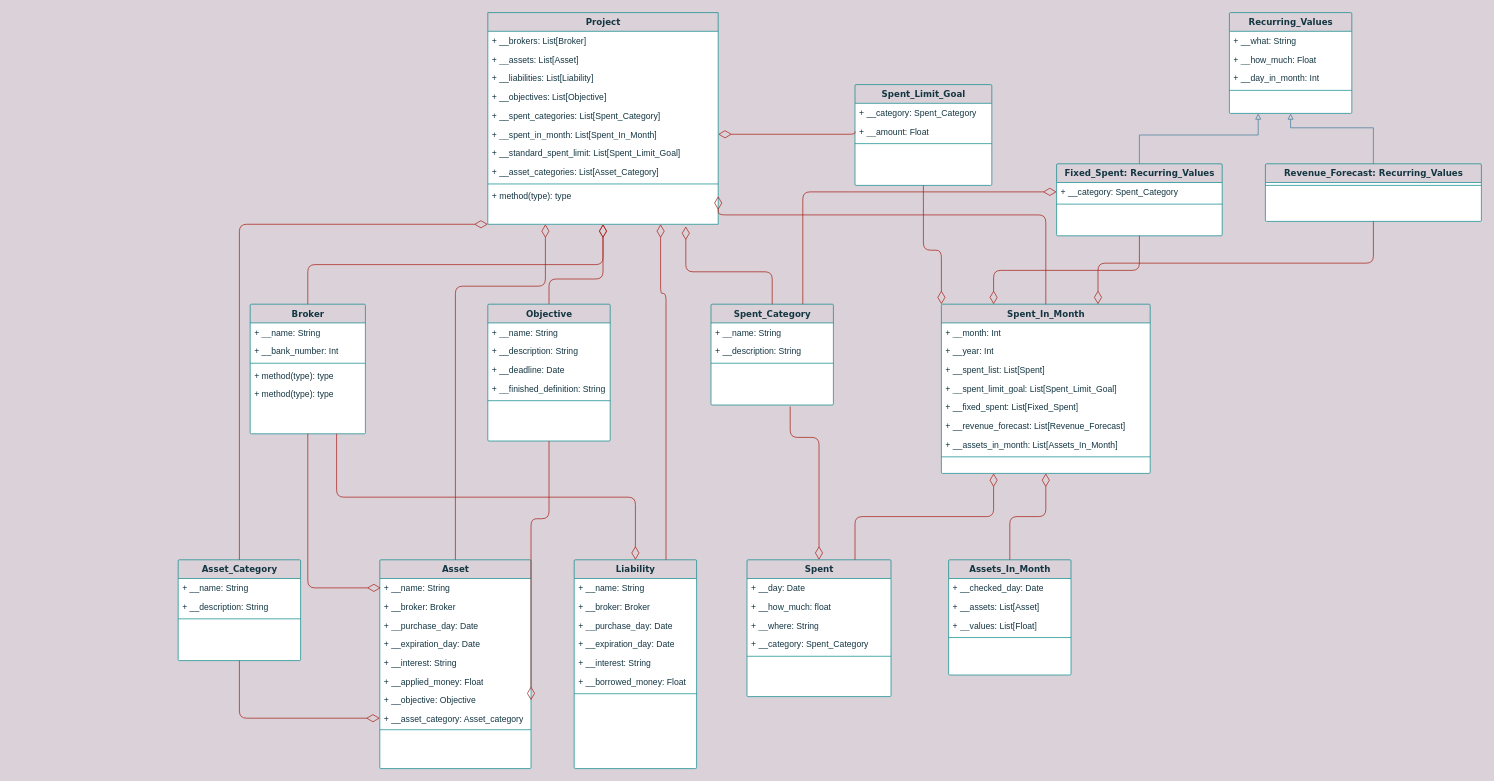
Above: Class Diagram.drawio in gusttav-lang/Financial-Controller (draw.io), before the change. Source tidied: cells renumbered, new cells numbered last; positions are measured from the earlier drawing's top-left corner, leaving out a move shared by most shapes. Both pictures are drawn from the tidied source at 72%, with x=0, y=0 at pixel (178, 12).
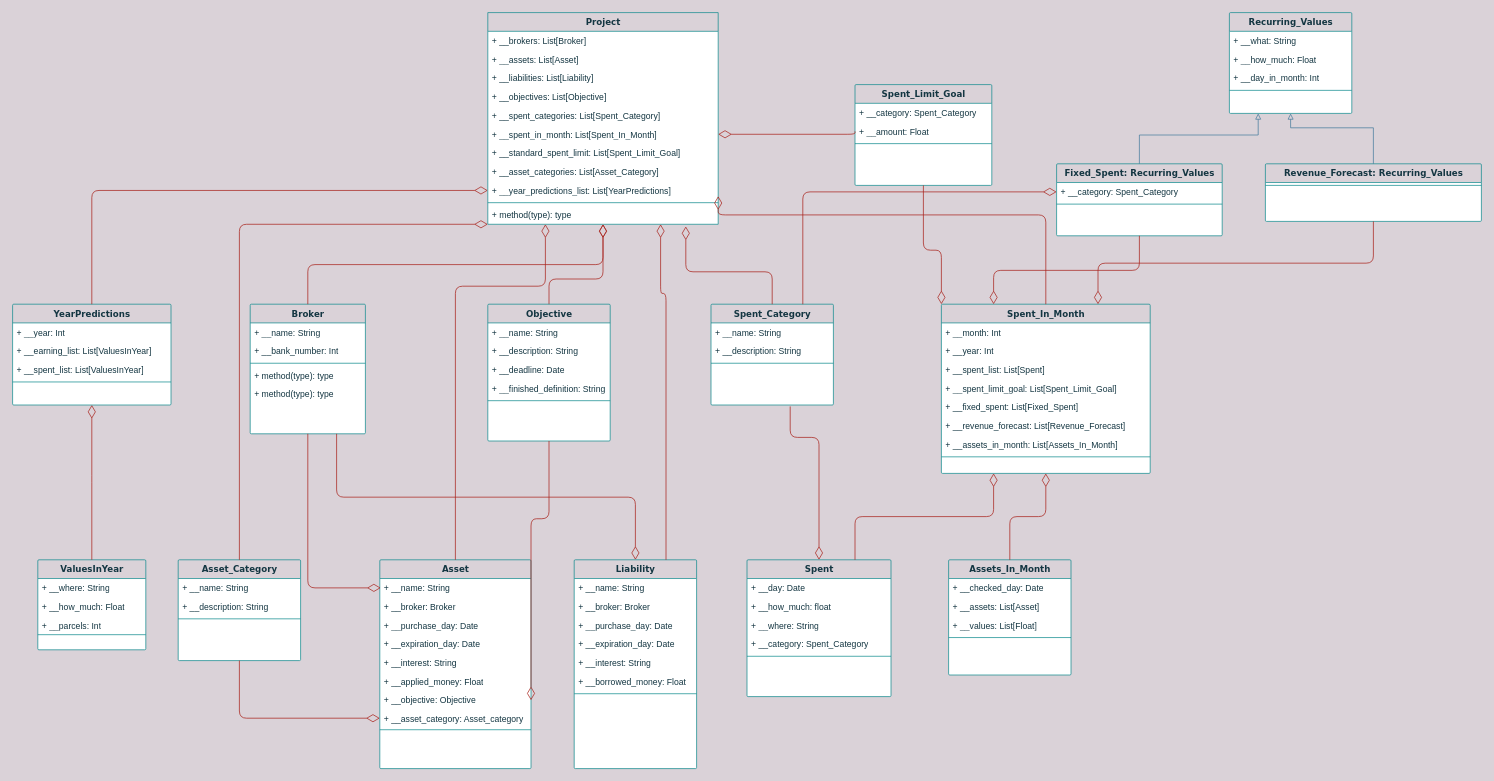
Above is the later version.

Unchanged cells that the change refers to:
```xml
<mxCell id="8" value="Project" style="swimlane;html=1;fontStyle=1;align=center;verticalAlign=top;horizontal=1;startSize=26;swimlaneFillColor=#ffffff;shadow=0;comic=0;labelBackgroundColor=none;strokeWidth=1;fillColor=none;fontFamily=Verdana;fontSize=12;strokeColor=#0F8B8D;fontColor=#143642;rounded=0;" parent="1" vertex="1">
  <mxGeometry x="430" width="320" height="294" as="geometry" />
</mxCell>
```

What changed in the source:
```diff
@@
+    <mxCell id="106" value="+ __year_predictions_list: List[YearPredictions]" style="text;html=1;strokeColor=none;fillColor=none;align=left;verticalAlign=top;spacingLeft=4;spacingRight=4;whiteSpace=wrap;overflow=hidden;points=[[0,0.5],[1,0.5]];portConstraint=eastwest;fontColor=#143642;rounded=1;" parent="8" vertex="1">
+      <mxGeometry y="234" width="320" height="26" as="geometry" />
+    </mxCell>
     <mxCell id="17" style="line;html=1;strokeWidth=1;fillColor=none;align=left;verticalAlign=middle;spacingTop=-1;spacingLeft=3;spacingRight=3;labelPosition=right;labelBackgroundColor=#DAD2D8;strokeColor=#0F8B8D;fontColor=#143642;rounded=1;" parent="8" vertex="1">
-      <mxGeometry y="234" width="320" height="8" as="geometry" />
+      <mxGeometry y="260" width="320" height="8" as="geometry" />
     </mxCell>
     <mxCell id="18" value="+ method(type): type" style="text;html=1;strokeColor=none;fillColor=none;align=left;verticalAlign=top;spacingLeft=4;spacingRight=4;whiteSpace=wrap;overflow=hidden;fontColor=#143642;rounded=1;" parent="8" vertex="1">
-      <mxGeometry y="242" width="320" height="26" as="geometry" />
+      <mxGeometry y="268" width="320" height="26" as="geometry" />
     </mxCell>
@@
+    <mxCell id="107" value="ValuesInYear" style="swimlane;html=1;fontStyle=1;align=center;verticalAlign=top;horizontal=1;startSize=26;swimlaneFillColor=#ffffff;shadow=0;comic=0;labelBackgroundColor=none;strokeWidth=1;fillColor=none;fontFamily=Verdana;fontSize=12;strokeColor=#0F8B8D;fontColor=#143642;rounded=1;arcSize=2;" parent="1" vertex="1">
+      <mxGeometry x="-195" y="760" width="150" height="125" as="geometry" />
+    </mxCell>
+    <mxCell id="108" value="+ __where: String" style="text;html=1;strokeColor=none;fillColor=none;align=left;verticalAlign=top;spacingLeft=4;spacingRight=4;whiteSpace=wrap;overflow=hidden;fontColor=#143642;rounded=1;" parent="107" vertex="1">
+      <mxGeometry y="26" width="150" height="26" as="geometry" />
+    </mxCell>
+    <mxCell id="109" value="+ __how_much: Float" style="text;html=1;strokeColor=none;fillColor=none;align=left;verticalAlign=top;spacingLeft=4;spacingRight=4;whiteSpace=wrap;overflow=hidden;fontColor=#143642;rounded=1;" parent="107" vertex="1">
+      <mxGeometry y="52" width="150" height="26" as="geometry" />
+    </mxCell>
+    <mxCell id="110" value="+ __parcels: Int" style="text;html=1;strokeColor=none;fillColor=none;align=left;verticalAlign=top;spacingLeft=4;spacingRight=4;whiteSpace=wrap;overflow=hidden;fontColor=#143642;rounded=1;" parent="107" vertex="1">
+      <mxGeometry y="78" width="150" height="22" as="geometry" />
+    </mxCell>
+    <mxCell id="111" style="line;html=1;strokeWidth=1;fillColor=none;align=left;verticalAlign=middle;spacingTop=-1;spacingLeft=3;spacingRight=3;labelPosition=right;labelBackgroundColor=#DAD2D8;strokeColor=#0F8B8D;fontColor=#143642;rounded=1;" parent="107" vertex="1">
+      <mxGeometry y="100" width="150" height="8" as="geometry" />
+    </mxCell>
+    <mxCell id="112" style="edgeStyle=elbowEdgeStyle;html=1;labelBackgroundColor=none;startFill=0;startSize=8;endArrow=diamondThin;endFill=0;endSize=16;fontFamily=Verdana;fontSize=12;elbow=vertical;strokeColor=#A8201A;fontColor=#143642;exitX=0.5;exitY=0;exitDx=0;exitDy=0;entryX=0.5;entryY=1;entryDx=0;entryDy=0;" parent="1" edge="1" source="107" target="113">
+      <mxGeometry relative="1" as="geometry" />
+    </mxCell>
+    <mxCell id="113" value="YearPredictions" style="swimlane;html=1;fontStyle=1;align=center;verticalAlign=top;horizontal=1;startSize=26;swimlaneFillColor=#ffffff;shadow=0;comic=0;labelBackgroundColor=none;strokeWidth=1;fillColor=none;fontFamily=Verdana;fontSize=12;strokeColor=#0F8B8D;fontColor=#143642;rounded=1;arcSize=2;" parent="1" vertex="1">
+      <mxGeometry x="-230" y="405" width="220" height="140" as="geometry" />
+    </mxCell>
+    <mxCell id="114" value="+ __year: Int" style="text;html=1;strokeColor=none;fillColor=none;align=left;verticalAlign=top;spacingLeft=4;spacingRight=4;whiteSpace=wrap;overflow=hidden;fontColor=#143642;rounded=1;" parent="113" vertex="1">
+      <mxGeometry y="26" width="220" height="26" as="geometry" />
+    </mxCell>
+    <mxCell id="115" value="+ __earning_list: List[ValuesInYear]" style="text;html=1;strokeColor=none;fillColor=none;align=left;verticalAlign=top;spacingLeft=4;spacingRight=4;whiteSpace=wrap;overflow=hidden;fontColor=#143642;rounded=1;" parent="113" vertex="1">
+      <mxGeometry y="52" width="220" height="26" as="geometry" />
+    </mxCell>
+    <mxCell id="116" value="+ __spent_list: List[ValuesInYear]" style="text;html=1;strokeColor=none;fillColor=none;align=left;verticalAlign=top;spacingLeft=4;spacingRight=4;whiteSpace=wrap;overflow=hidden;fontColor=#143642;rounded=1;" parent="113" vertex="1">
+      <mxGeometry y="78" width="220" height="26" as="geometry" />
+    </mxCell>
+    <mxCell id="117" style="line;html=1;strokeWidth=1;fillColor=none;align=left;verticalAlign=middle;spacingTop=-1;spacingLeft=3;spacingRight=3;labelPosition=right;labelBackgroundColor=#DAD2D8;strokeColor=#0F8B8D;fontColor=#143642;rounded=1;" parent="113" vertex="1">
+      <mxGeometry y="104" width="220" height="8" as="geometry" />
+    </mxCell>
+    <mxCell id="118" style="edgeStyle=elbowEdgeStyle;html=1;labelBackgroundColor=none;startFill=0;startSize=8;endArrow=diamondThin;endFill=0;endSize=16;fontFamily=Verdana;fontSize=12;elbow=vertical;strokeColor=#A8201A;fontColor=#143642;exitX=0.5;exitY=0;exitDx=0;exitDy=0;entryX=0;entryY=0.5;entryDx=0;entryDy=0;" parent="1" edge="1" source="113" target="106">
+      <mxGeometry relative="1" as="geometry">
+        <Array as="points">
+          <mxPoint x="150" y="247" />
+        </Array>
+      </mxGeometry>
+    </mxCell>
```
